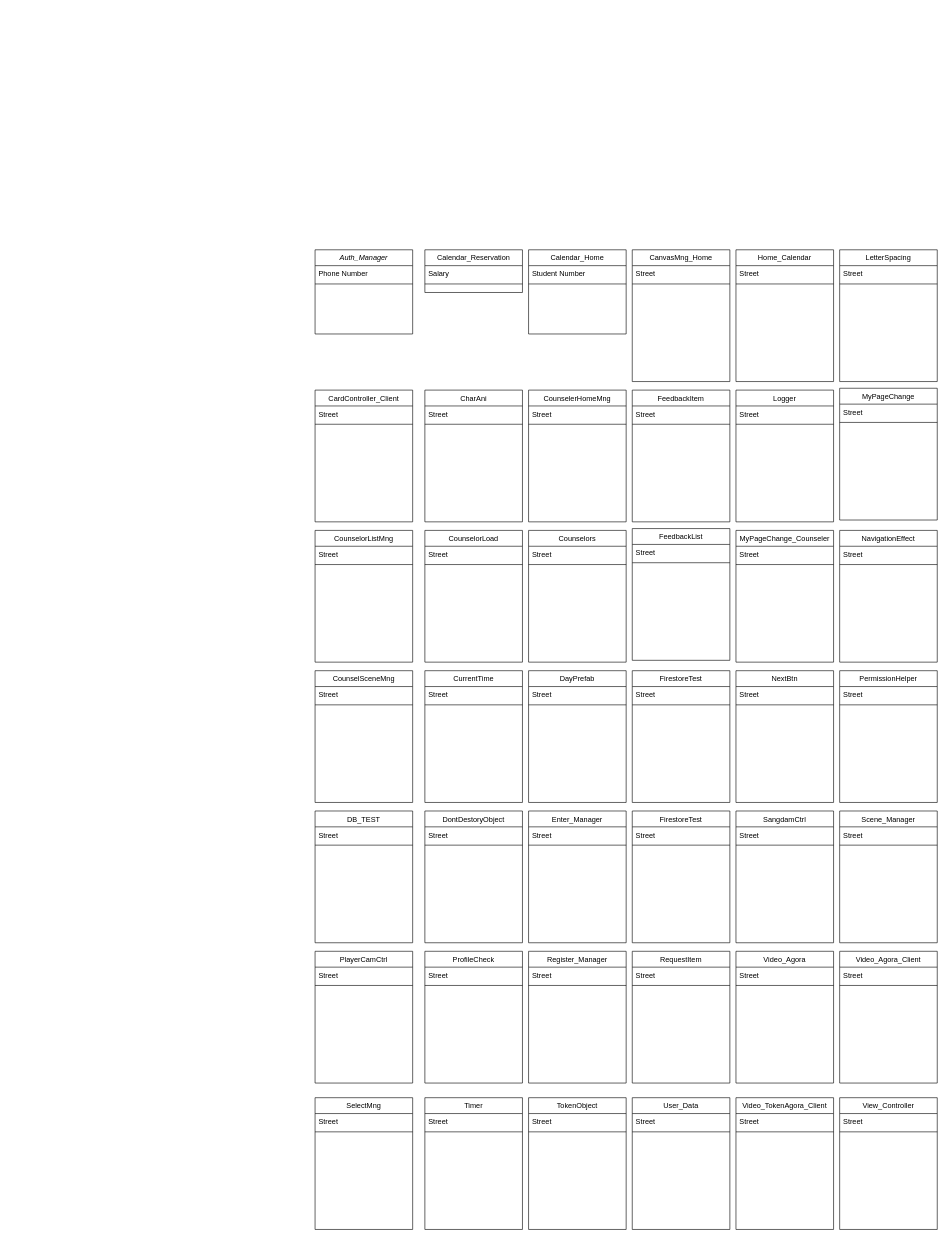
Yoo-Jeong/maon keeps this draw.io diagram as Scripts/maon.drawio. Above is the earlier version. Source tidied: cells renumbered, new cells numbered last; positions are measured from the earlier drawing's top-left corner, leaving out a move shared by most shapes. Both pictures are drawn from the tidied source at 61%, with x=0, y=0 at pixel (315, 249).
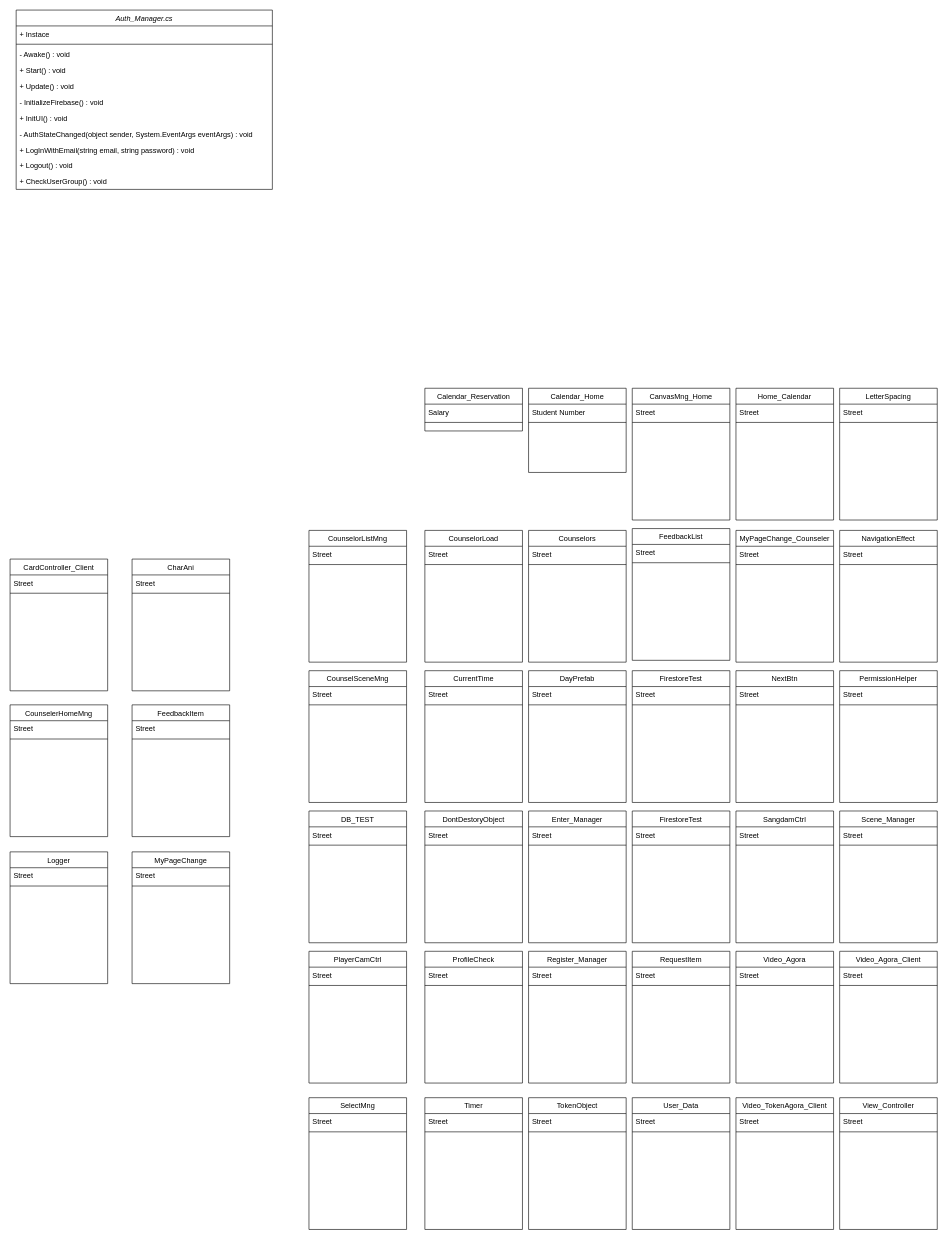
The same page after the edit.

What changed in the source:
```diff
@@
-    <mxCell id="2" value="Auth_Manager" style="swimlane;fontStyle=2;align=center;verticalAlign=top;horizontal=1;startSize=26;rounded=0;shadow=0;strokeWidth=1;" parent="1" vertex="1">
-      <mxGeometry width="160" height="138" as="geometry" />
+    <mxCell id="2" value="Auth_Manager.cs" style="swimlane;fontStyle=2;align=center;verticalAlign=top;horizontal=1;startSize=26;rounded=0;shadow=0;strokeWidth=1;" parent="1" vertex="1">
+      <mxGeometry x="-490" y="-393" width="420" height="294" as="geometry" />
     </mxCell>
+    <mxCell id="128" value="+ Instace" style="text;align=left;verticalAlign=top;spacingLeft=4;spacingRight=4;overflow=hidden;rounded=0;shadow=0;html=0;" parent="2" vertex="1">
+      <mxGeometry y="26" width="420" height="26" as="geometry" />
+    </mxCell>
+    <mxCell id="4" style="line;html=1;strokeWidth=1;align=left;verticalAlign=middle;spacingTop=-1;spacingLeft=3;spacingRight=3;labelPosition=right;" parent="2" vertex="1">
+      <mxGeometry y="52" width="420" height="8" as="geometry" />
+    </mxCell>
+    <mxCell id="129" value="- Awake() : void" style="text;align=left;verticalAlign=top;spacingLeft=4;spacingRight=4;overflow=hidden;rounded=0;shadow=0;html=0;" parent="2" vertex="1">
+      <mxGeometry y="60" width="420" height="26" as="geometry" />
+    </mxCell>
-    <mxCell id="3" value="Phone Number" style="text;align=left;verticalAlign=top;spacingLeft=4;spacingRight=4;overflow=hidden;rounded=0;shadow=0;html=0;" parent="2" vertex="1">
-      <mxGeometry y="26" width="160" height="26" as="geometry" />
+    <mxCell id="3" value="+ Start() : void" style="text;align=left;verticalAlign=top;spacingLeft=4;spacingRight=4;overflow=hidden;rounded=0;shadow=0;html=0;" parent="2" vertex="1">
+      <mxGeometry y="86" width="420" height="26" as="geometry" />
     </mxCell>
-    <mxCell id="4" style="line;html=1;strokeWidth=1;align=left;verticalAlign=middle;spacingTop=-1;spacingLeft=3;spacingRight=3;labelPosition=right;" parent="2" vertex="1">
-      <mxGeometry y="52" width="160" height="8" as="geometry" />
-    </mxCell>
+    <mxCell id="130" value="+ Update() : void" style="text;align=left;verticalAlign=top;spacingLeft=4;spacingRight=4;overflow=hidden;rounded=0;shadow=0;html=0;" parent="2" vertex="1">
+      <mxGeometry y="112" width="420" height="26" as="geometry" />
+    </mxCell>
+    <mxCell id="131" value="- InitializeFirebase() : void" style="text;align=left;verticalAlign=top;spacingLeft=4;spacingRight=4;overflow=hidden;rounded=0;shadow=0;html=0;" parent="2" vertex="1">
+      <mxGeometry y="138" width="420" height="26" as="geometry" />
+    </mxCell>
+    <mxCell id="132" value="+ InitUI() : void" style="text;align=left;verticalAlign=top;spacingLeft=4;spacingRight=4;overflow=hidden;rounded=0;shadow=0;html=0;" parent="2" vertex="1">
+      <mxGeometry y="164" width="420" height="26" as="geometry" />
+    </mxCell>
+    <mxCell id="133" value="- AuthStateChanged(object sender, System.EventArgs eventArgs) : void" style="text;align=left;verticalAlign=top;spacingLeft=4;spacingRight=4;overflow=hidden;rounded=0;shadow=0;html=0;" parent="2" vertex="1">
+      <mxGeometry y="190" width="420" height="26" as="geometry" />
+    </mxCell>
+    <mxCell id="134" value="+ LogInWithEmail(string email, string password) : void" style="text;align=left;verticalAlign=top;spacingLeft=4;spacingRight=4;overflow=hidden;rounded=0;shadow=0;html=0;" parent="2" vertex="1">
+      <mxGeometry y="216" width="420" height="26" as="geometry" />
+    </mxCell>
+    <mxCell id="135" value="+ Logout() : void" style="text;align=left;verticalAlign=top;spacingLeft=4;spacingRight=4;overflow=hidden;rounded=0;shadow=0;html=0;" parent="2" vertex="1">
+      <mxGeometry y="242" width="420" height="26" as="geometry" />
+    </mxCell>
+    <mxCell id="136" value="+ CheckUserGroup() : void" style="text;align=left;verticalAlign=top;spacingLeft=4;spacingRight=4;overflow=hidden;rounded=0;shadow=0;html=0;" parent="2" vertex="1">
+      <mxGeometry y="268" width="420" height="26" as="geometry" />
+    </mxCell>
     <mxCell id="5" value="Calendar_Home" style="swimlane;fontStyle=0;align=center;verticalAlign=top;horizontal=1;startSize=26;rounded=0;shadow=0;strokeWidth=1;" parent="1" vertex="1">
-      <mxGeometry x="350" width="160" height="138" as="geometry" />
+      <mxGeometry x="350" y="227" width="160" height="138" as="geometry" />
     </mxCell>
@@
     <mxCell id="8" value="Calendar_Reservation" style="swimlane;fontStyle=0;align=center;verticalAlign=top;horizontal=1;startSize=26;rounded=0;shadow=0;strokeWidth=1;" parent="1" vertex="1">
-      <mxGeometry x="180" width="160" height="70" as="geometry" />
+      <mxGeometry x="180" y="227" width="160" height="70" as="geometry" />
     </mxCell>
@@
     <mxCell id="11" value="CanvasMng_Home" style="swimlane;fontStyle=0;align=center;verticalAlign=top;horizontal=1;startSize=26;rounded=0;shadow=0;strokeWidth=1;" parent="1" vertex="1">
-      <mxGeometry x="520" width="160" height="216" as="geometry" />
+      <mxGeometry x="520" y="227" width="160" height="216" as="geometry" />
     </mxCell>
@@
     <mxCell id="14" value="CardController_Client" style="swimlane;fontStyle=0;align=center;verticalAlign=top;horizontal=1;startSize=26;rounded=0;shadow=0;strokeWidth=1;" parent="1" vertex="1">
-      <mxGeometry y="230" width="160" height="216" as="geometry" />
+      <mxGeometry x="-500" y="507" width="160" height="216" as="geometry" />
     </mxCell>
@@
     <mxCell id="17" value="CharAni" style="swimlane;fontStyle=0;align=center;verticalAlign=top;horizontal=1;startSize=26;rounded=0;shadow=0;strokeWidth=1;" parent="1" vertex="1">
-      <mxGeometry x="180" y="230" width="160" height="216" as="geometry" />
+      <mxGeometry x="-300" y="507" width="160" height="216" as="geometry" />
     </mxCell>
@@
     <mxCell id="20" value="CounselerHomeMng" style="swimlane;fontStyle=0;align=center;verticalAlign=top;horizontal=1;startSize=26;rounded=0;shadow=0;strokeWidth=1;" parent="1" vertex="1">
-      <mxGeometry x="350" y="230" width="160" height="216" as="geometry" />
+      <mxGeometry x="-500" y="746" width="160" height="216" as="geometry" />
     </mxCell>
@@
     <mxCell id="23" value="CounselorListMng" style="swimlane;fontStyle=0;align=center;verticalAlign=top;horizontal=1;startSize=26;rounded=0;shadow=0;strokeWidth=1;" parent="1" vertex="1">
-      <mxGeometry y="460" width="160" height="216" as="geometry" />
+      <mxGeometry x="-10" y="460" width="160" height="216" as="geometry" />
     </mxCell>
@@
     <mxCell id="32" value="CounselSceneMng" style="swimlane;fontStyle=0;align=center;verticalAlign=top;horizontal=1;startSize=26;rounded=0;shadow=0;strokeWidth=1;" parent="1" vertex="1">
-      <mxGeometry y="690" width="160" height="216" as="geometry" />
+      <mxGeometry x="-10" y="690" width="160" height="216" as="geometry" />
     </mxCell>
@@
     <mxCell id="41" value="DB_TEST" style="swimlane;fontStyle=0;align=center;verticalAlign=top;horizontal=1;startSize=26;rounded=0;shadow=0;strokeWidth=1;" parent="1" vertex="1">
-      <mxGeometry y="920" width="160" height="216" as="geometry" />
+      <mxGeometry x="-10" y="920" width="160" height="216" as="geometry" />
     </mxCell>
@@
     <mxCell id="50" value="FeedbackItem" style="swimlane;fontStyle=0;align=center;verticalAlign=top;horizontal=1;startSize=26;rounded=0;shadow=0;strokeWidth=1;" parent="1" vertex="1">
-      <mxGeometry x="520" y="230" width="160" height="216" as="geometry" />
+      <mxGeometry x="-300" y="746" width="160" height="216" as="geometry" />
     </mxCell>
@@
     <mxCell id="62" value="Home_Calendar" style="swimlane;fontStyle=0;align=center;verticalAlign=top;horizontal=1;startSize=26;rounded=0;shadow=0;strokeWidth=1;" parent="1" vertex="1">
-      <mxGeometry x="690" width="160" height="216" as="geometry" />
+      <mxGeometry x="690" y="227" width="160" height="216" as="geometry" />
     </mxCell>
@@
     <mxCell id="65" value="Logger" style="swimlane;fontStyle=0;align=center;verticalAlign=top;horizontal=1;startSize=26;rounded=0;shadow=0;strokeWidth=1;" parent="1" vertex="1">
-      <mxGeometry x="690" y="230" width="160" height="216" as="geometry" />
+      <mxGeometry x="-500" y="987" width="160" height="216" as="geometry" />
     </mxCell>
@@
     <mxCell id="74" value="LetterSpacing" style="swimlane;fontStyle=0;align=center;verticalAlign=top;horizontal=1;startSize=26;rounded=0;shadow=0;strokeWidth=1;" parent="1" vertex="1">
-      <mxGeometry x="860" width="160" height="216" as="geometry" />
+      <mxGeometry x="860" y="227" width="160" height="216" as="geometry" />
     </mxCell>
@@
     <mxCell id="77" value="MyPageChange" style="swimlane;fontStyle=0;align=center;verticalAlign=top;horizontal=1;startSize=26;rounded=0;shadow=0;strokeWidth=1;" parent="1" vertex="1">
-      <mxGeometry x="860" y="227" width="160" height="216" as="geometry" />
+      <mxGeometry x="-300" y="987" width="160" height="216" as="geometry" />
     </mxCell>
@@
     <mxCell id="86" value="PlayerCamCtrl" style="swimlane;fontStyle=0;align=center;verticalAlign=top;horizontal=1;startSize=26;rounded=0;shadow=0;strokeWidth=1;" parent="1" vertex="1">
-      <mxGeometry y="1150" width="160" height="216" as="geometry" />
+      <mxGeometry x="-10" y="1150" width="160" height="216" as="geometry" />
     </mxCell>
@@
     <mxCell id="104" value="SelectMng" style="swimlane;fontStyle=0;align=center;verticalAlign=top;horizontal=1;startSize=26;rounded=0;shadow=0;strokeWidth=1;" parent="1" vertex="1">
-      <mxGeometry y="1390" width="160" height="216" as="geometry" />
+      <mxGeometry x="-10" y="1390" width="160" height="216" as="geometry" />
     </mxCell>
```
